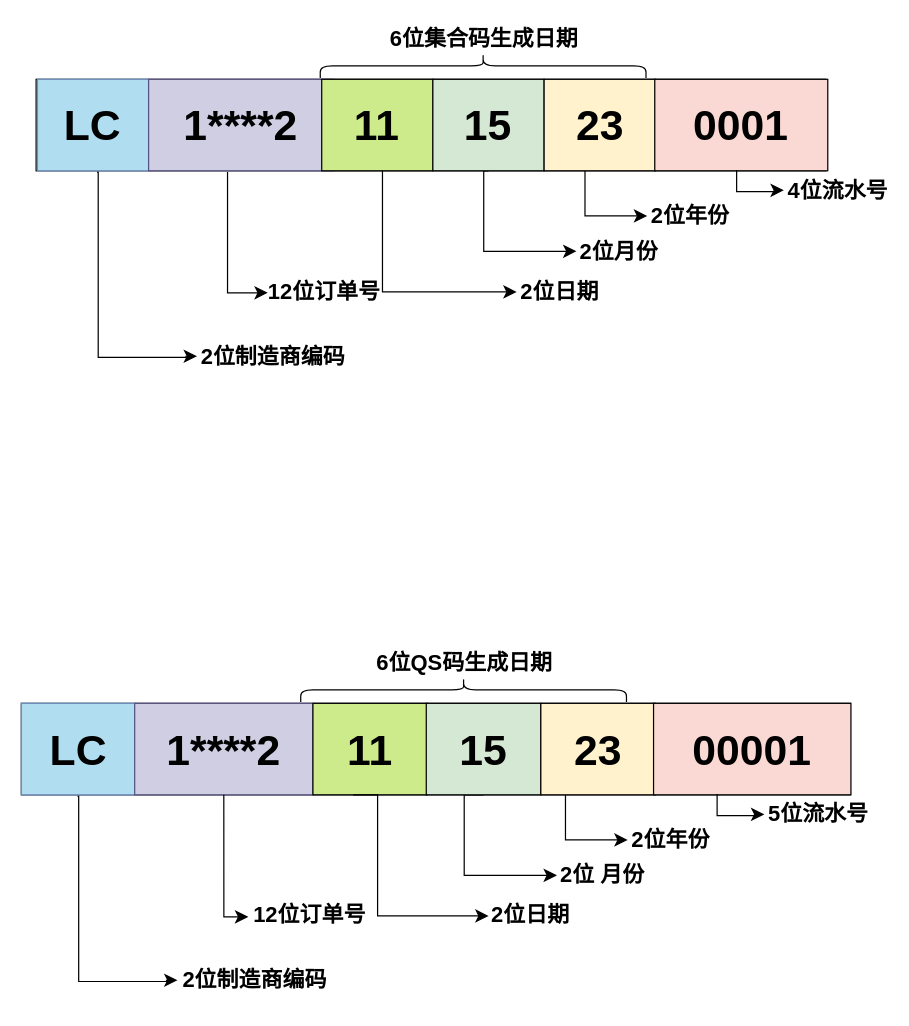
Earlier version of the draw.io diagram QS码.drawio (sjxbg/xmindfile). Source tidied: cells renumbered, new cells numbered last; positions are measured from the earlier drawing's top-left corner, leaving out a move shared by most shapes. Both pictures are drawn from the tidied source at 122%, with x=0, y=0 at pixel (21, -98).
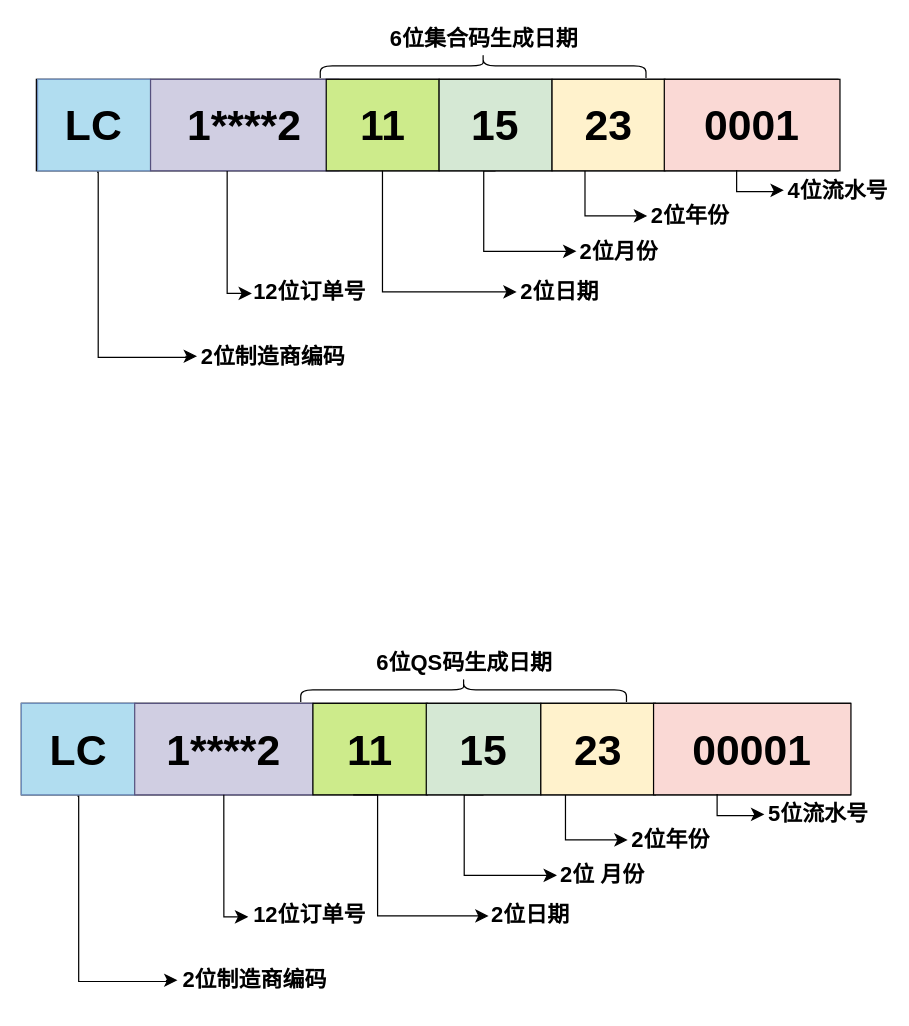
The same page after the edit.

The edit, as a diff of the source:
```diff
@@
     <mxCell id="29" style="group;" parent="1" vertex="1">
-      <mxGeometry x="1" y="144.5" width="660" height="75" as="geometry" />
+      <mxGeometry x="1" y="144.5" width="670" height="75" as="geometry" />
     </mxCell>
     <mxCell id="30" style="rounded=0;whiteSpace=wrap;html=1;" parent="29" vertex="1">
-      <mxGeometry x="11.1" width="647.3" height="75" as="geometry" />
+      <mxGeometry x="11.3" width="657.1" height="75" as="geometry" />
     </mxCell>
     <mxCell id="31" value="LC" style="rounded=0;whiteSpace=wrap;html=1;fillColor=#b1ddf0;strokeColor=#6c8ebf;fontStyle=1;fontSize=35;" parent="29" vertex="1">
-      <mxGeometry x="12.2" width="91.2" height="75" as="geometry" />
+      <mxGeometry x="12.3" width="92.6" height="75" as="geometry" />
     </mxCell>
     <mxCell id="32" value="1****2" style="rounded=0;whiteSpace=wrap;html=1;fillColor=#d0cee2;strokeColor=#56517e;fontStyle=1;fontSize=35;" parent="29" vertex="1">
-      <mxGeometry x="103.3" width="152" height="75" as="geometry" />
+      <mxGeometry x="104.9" width="154.3" height="75" as="geometry" />
     </mxCell>
     <mxCell id="33" value="11" style="rounded=0;whiteSpace=wrap;html=1;fillColor=#cdeb8b;fontStyle=1;fontSize=35;" parent="29" vertex="1">
-      <mxGeometry x="245.2" width="91.2" height="75" as="geometry" />
+      <mxGeometry x="248.9" width="92.6" height="75" as="geometry" />
     </mxCell>
     <mxCell id="34" value="15" style="rounded=0;whiteSpace=wrap;html=1;fillColor=#d5e8d4;fontStyle=1;fontSize=35;" parent="29" vertex="1">
-      <mxGeometry x="336.3" width="91.2" height="75" as="geometry" />
+      <mxGeometry x="341.4" width="92.6" height="75" as="geometry" />
     </mxCell>
     <mxCell id="35" value="23" style="rounded=0;whiteSpace=wrap;html=1;fillColor=#fff2cc;fontStyle=1;fontSize=35;" parent="29" vertex="1">
-      <mxGeometry x="427.5" width="91.2" height="75" as="geometry" />
+      <mxGeometry x="434" width="92.6" height="75" as="geometry" />
     </mxCell>
     <mxCell id="36" value="0001" style="rounded=0;whiteSpace=wrap;html=1;fillColor=#fad9d5;fontStyle=1;fontSize=35;" parent="29" vertex="1">
-      <mxGeometry x="518.2" width="141.8" height="75" as="geometry" />
+      <mxGeometry x="526" width="144" height="75" as="geometry" />
     </mxCell>
@@
-    <mxCell id="42" style="edgeStyle=segmentEdgeStyle;endArrow=classic;html=1;curved=0;rounded=0;endSize=8;startSize=8;" parent="1" edge="1">
+    <mxCell id="42" style="edgeStyle=segmentEdgeStyle;endArrow=classic;html=1;curved=0;rounded=0;endSize=8;startSize=8;exitX=0.407;exitY=1.003;exitDx=0;exitDy=0;exitPerimeter=0;" parent="1" edge="1" source="32">
       <mxGeometry relative="1" as="geometry">
-        <mxPoint x="169" y="220.5" as="sourcePoint" />
-        <mxPoint x="202" y="319.5" as="targetPoint" />
+        <mxPoint x="189" y="320" as="targetPoint" />
         <Array as="points">
-          <mxPoint x="169" y="319.5" />
+          <mxPoint x="169" y="320" />
         </Array>
       </mxGeometry>
     </mxCell>
     <mxCell id="43" value="12位订单号" style="text;strokeColor=none;fillColor=none;html=1;fontSize=18;fontStyle=1;verticalAlign=middle;align=center;" parent="1" vertex="1">
-      <mxGeometry x="210" y="303.8" width="76" height="30" as="geometry" />
+      <mxGeometry x="198" y="303.8" width="76" height="30" as="geometry" />
     </mxCell>
```
